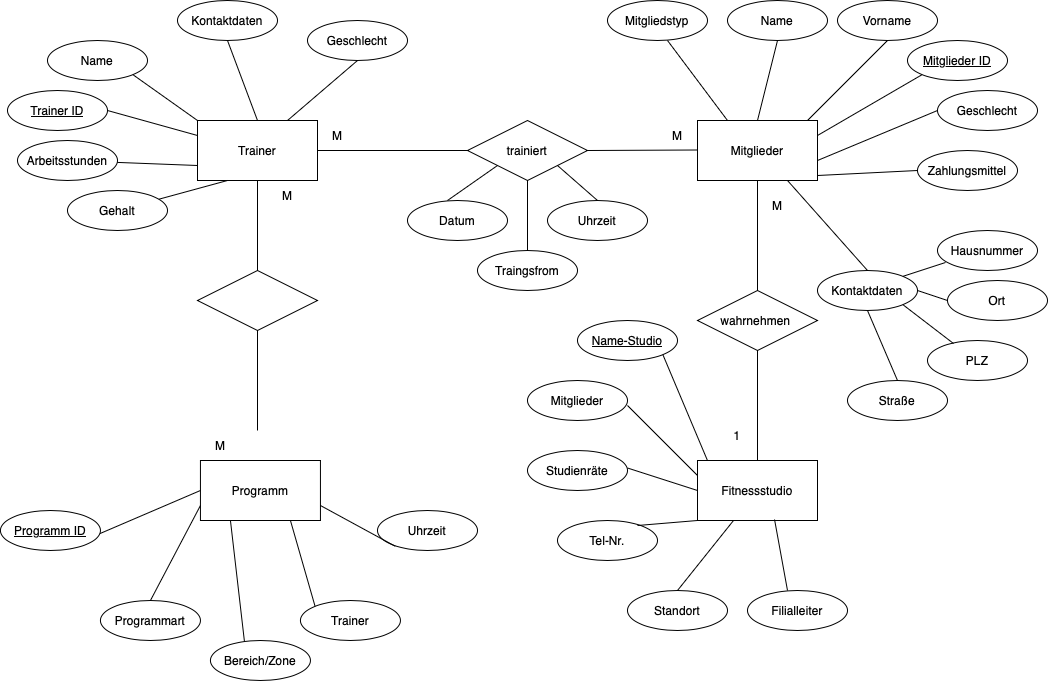
Before: ERD_ErsterEntwurf.drawio.png, a diagram exported from draw.io (Mohamad-1311/Gym-Datenbank). Source tidied: cells renumbered, new cells last; positions are measured from the earlier drawing's top-left corner, leaving out a move shared by most shapes.
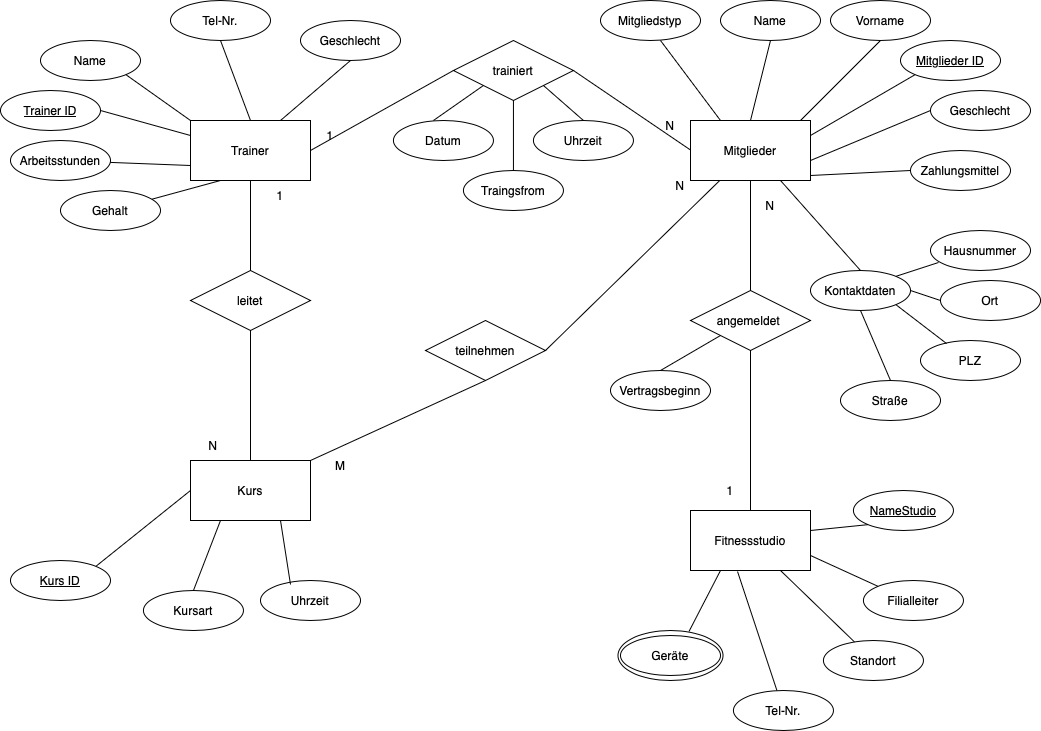
Above is the later version.

What changed in the source:
```diff
@@ -8,7 +8,7 @@
     <mxCell id="3" value="Mitglieder" style="rounded=0;whiteSpace=wrap;html=1;" parent="1" vertex="1">
       <mxGeometry x="697" y="120" width="120" height="60" as="geometry" />
     </mxCell>
-    <mxCell id="4" style="shape=rhombus;perimeter=rhombusPerimeter;whiteSpace=wrap;html=1;align=center;" parent="1" vertex="1">
+    <mxCell id="4" value="leitet" style="shape=rhombus;perimeter=rhombusPerimeter;whiteSpace=wrap;html=1;align=center;" parent="1" vertex="1">
       <mxGeometry x="197" y="270" width="120" height="60" as="geometry" />
     </mxCell>
     <mxCell id="5" style="endArrow=none;html=1;rounded=0;entryX=0.5;entryY=1;entryDx=0;entryDy=0;exitX=0.5;exitY=0;exitDx=0;exitDy=0;" parent="1" edge="1" source="4" target="2">
@@ -20,7 +20,7 @@
     <mxCell id="7" value="Mitglieder ID" style="ellipse;whiteSpace=wrap;html=1;align=center;fontStyle=4;" parent="1" vertex="1">
       <mxGeometry x="907" y="40" width="100" height="40" as="geometry" />
     </mxCell>
-    <mxCell id="8" value="Kontaktdaten" style="ellipse;whiteSpace=wrap;html=1;align=center;" parent="1" vertex="1">
+    <mxCell id="8" value="Tel-Nr." style="ellipse;whiteSpace=wrap;html=1;align=center;" parent="1" vertex="1">
       <mxGeometry x="177" width="100" height="40" as="geometry" />
     </mxCell>
     <mxCell id="9" value="Name" style="ellipse;whiteSpace=wrap;html=1;align=center;" parent="1" vertex="1">
@@ -33,7 +33,7 @@
       <mxGeometry x="17" y="140" width="100" height="40" as="geometry" />
     </mxCell>
     <mxCell id="12" value="trainiert" style="shape=rhombus;perimeter=rhombusPerimeter;whiteSpace=wrap;html=1;align=center;" parent="1" vertex="1">
-      <mxGeometry x="467" y="120" width="120" height="60" as="geometry" />
+      <mxGeometry x="459.9" y="40" width="120" height="60" as="geometry" />
     </mxCell>
     <mxCell id="13" style="endArrow=none;html=1;rounded=0;entryX=0;entryY=0.5;entryDx=0;entryDy=0;" parent="1" edge="1" target="12">
       <mxGeometry relative="1" as="geometry">
@@ -46,13 +46,13 @@
       </mxGeometry>
     </mxCell>
     <mxCell id="15" value="Datum" style="ellipse;whiteSpace=wrap;html=1;align=center;" parent="1" vertex="1">
-      <mxGeometry x="407" y="200" width="100" height="40" as="geometry" />
+      <mxGeometry x="399.9" y="120" width="100" height="40" as="geometry" />
     </mxCell>
     <mxCell id="16" value="Uhrzeit" style="ellipse;whiteSpace=wrap;html=1;align=center;" parent="1" vertex="1">
-      <mxGeometry x="547" y="200" width="100" height="40" as="geometry" />
+      <mxGeometry x="539.9" y="120" width="100" height="40" as="geometry" />
     </mxCell>
     <mxCell id="17" value="Traingsfrom" style="ellipse;whiteSpace=wrap;html=1;align=center;" parent="1" vertex="1">
-      <mxGeometry x="477" y="250" width="100" height="40" as="geometry" />
+      <mxGeometry x="469.9" y="170" width="100" height="40" as="geometry" />
     </mxCell>
     <mxCell id="18" value="Kontaktdaten" style="ellipse;whiteSpace=wrap;html=1;align=center;" parent="1" vertex="1">
       <mxGeometry x="817" y="270" width="100" height="40" as="geometry" />
@@ -87,16 +87,14 @@
     <mxCell id="28" value="Straße" style="ellipse;whiteSpace=wrap;html=1;align=center;" parent="1" vertex="1">
       <mxGeometry x="847" y="380" width="100" height="40" as="geometry" />
     </mxCell>
-    <mxCell id="29" value="wahrnehmen&amp;nbsp;" style="shape=rhombus;perimeter=rhombusPerimeter;whiteSpace=wrap;html=1;align=center;" parent="1" vertex="1">
+    <mxCell id="29" value="angemeldet&amp;nbsp;" style="shape=rhombus;perimeter=rhombusPerimeter;whiteSpace=wrap;html=1;align=center;" parent="1" vertex="1">
       <mxGeometry x="697" y="290" width="120" height="60" as="geometry" />
     </mxCell>
     <mxCell id="30" style="endArrow=none;html=1;rounded=0;entryX=0.5;entryY=1;entryDx=0;entryDy=0;exitX=0.5;exitY=0;exitDx=0;exitDy=0;" parent="1" edge="1" source="29" target="3">
       <mxGeometry relative="1" as="geometry" />
     </mxCell>
-    <mxCell id="31" style="endArrow=none;html=1;rounded=0;entryX=0.5;entryY=1;entryDx=0;entryDy=0;exitX=0.5;exitY=0;exitDx=0;exitDy=0;" parent="1" edge="1" target="29">
-      <mxGeometry relative="1" as="geometry">
-        <mxPoint x="757" y="460" as="sourcePoint" />
-      </mxGeometry>
+    <mxCell id="31" style="endArrow=none;html=1;rounded=0;entryX=0.5;entryY=1;entryDx=0;entryDy=0;exitX=0.5;exitY=0;exitDx=0;exitDy=0;" parent="1" edge="1" source="68" target="29">
+      <mxGeometry relative="1" as="geometry" />
     </mxCell>
     <mxCell id="32" style="endArrow=none;html=1;rounded=0;entryX=0;entryY=0.75;entryDx=0;entryDy=0;" parent="1" edge="1" source="11" target="2">
       <mxGeometry relative="1" as="geometry" />
@@ -115,7 +113,7 @@
     </mxCell>
     <mxCell id="37" style="endArrow=none;html=1;rounded=0;entryX=0;entryY=1;entryDx=0;entryDy=0;" parent="1" edge="1" target="12">
       <mxGeometry relative="1" as="geometry">
-        <mxPoint x="447" y="200" as="sourcePoint" />
+        <mxPoint x="439.9" y="120" as="sourcePoint" />
       </mxGeometry>
     </mxCell>
     <mxCell id="38" style="endArrow=none;html=1;rounded=0;entryX=0.5;entryY=1;entryDx=0;entryDy=0;exitX=0.5;exitY=0;exitDx=0;exitDy=0;" parent="1" edge="1" source="17" target="12">
@@ -123,7 +121,7 @@
     </mxCell>
     <mxCell id="39" style="endArrow=none;html=1;rounded=0;entryX=0.5;entryY=1;entryDx=0;entryDy=0;exitX=0.5;exitY=0;exitDx=0;exitDy=0;" parent="1" edge="1" source="16">
       <mxGeometry relative="1" as="geometry">
-        <mxPoint x="557" y="165" as="targetPoint" />
+        <mxPoint x="549.9" y="85" as="targetPoint" />
       </mxGeometry>
     </mxCell>
     <mxCell id="40" style="endArrow=none;html=1;rounded=0;entryX=0.5;entryY=1;entryDx=0;entryDy=0;exitX=0.25;exitY=0;exitDx=0;exitDy=0;" parent="1" edge="1" source="3">
@@ -170,116 +168,106 @@
     <mxCell id="51" style="endArrow=none;html=1;rounded=0;entryX=0.25;entryY=1;entryDx=0;entryDy=0;" parent="1" edge="1" source="50" target="2">
       <mxGeometry relative="1" as="geometry" />
     </mxCell>
-    <mxCell id="52" value="M" style="text;html=1;strokeColor=none;fillColor=none;align=center;verticalAlign=middle;whiteSpace=wrap;rounded=0;" parent="1" vertex="1">
+    <mxCell id="52" value="1" style="text;html=1;strokeColor=none;fillColor=none;align=center;verticalAlign=middle;whiteSpace=wrap;rounded=0;" parent="1" vertex="1">
       <mxGeometry x="307" y="120" width="60" height="30" as="geometry" />
     </mxCell>
-    <mxCell id="53" value="M" style="text;html=1;strokeColor=none;fillColor=none;align=center;verticalAlign=middle;whiteSpace=wrap;rounded=0;" parent="1" vertex="1">
+    <mxCell id="53" value="N" style="text;html=1;strokeColor=none;fillColor=none;align=center;verticalAlign=middle;whiteSpace=wrap;rounded=0;" parent="1" vertex="1">
       <mxGeometry x="747" y="190" width="60" height="30" as="geometry" />
     </mxCell>
-    <mxCell id="54" value="M" style="text;html=1;strokeColor=none;fillColor=none;align=center;verticalAlign=middle;whiteSpace=wrap;rounded=0;" parent="1" vertex="1">
-      <mxGeometry x="647" y="120" width="60" height="30" as="geometry" />
+    <mxCell id="54" value="N" style="text;html=1;strokeColor=none;fillColor=none;align=center;verticalAlign=middle;whiteSpace=wrap;rounded=0;" parent="1" vertex="1">
+      <mxGeometry x="647" y="110" width="60" height="30" as="geometry" />
     </mxCell>
-    <mxCell id="55" value="M" style="text;html=1;strokeColor=none;fillColor=none;align=center;verticalAlign=middle;whiteSpace=wrap;rounded=0;" parent="1" vertex="1">
+    <mxCell id="55" value="1" style="text;html=1;strokeColor=none;fillColor=none;align=center;verticalAlign=middle;whiteSpace=wrap;rounded=0;" parent="1" vertex="1">
       <mxGeometry x="257" y="180" width="60" height="30" as="geometry" />
     </mxCell>
-    <mxCell id="56" value="Programm" style="rounded=0;whiteSpace=wrap;html=1;" parent="1" vertex="1">
-      <mxGeometry x="199.9" y="460" width="120" height="60" as="geometry" />
+    <mxCell id="56" value="Kurs" style="rounded=0;whiteSpace=wrap;html=1;" parent="1" vertex="1">
+      <mxGeometry x="197" y="460" width="120" height="60" as="geometry" />
     </mxCell>
-    <mxCell id="57" value="Trainer" style="ellipse;whiteSpace=wrap;html=1;align=center;" parent="1" vertex="1">
-      <mxGeometry x="299.9" y="600" width="100" height="40" as="geometry" />
-    </mxCell>
-    <mxCell id="58" value="Bereich/Zone" style="ellipse;whiteSpace=wrap;html=1;align=center;" parent="1" vertex="1">
-      <mxGeometry x="209.9" y="640" width="100" height="40" as="geometry" />
-    </mxCell>
-    <mxCell id="59" value="Programmart" style="ellipse;whiteSpace=wrap;html=1;align=center;" parent="1" vertex="1">
-      <mxGeometry x="99.9" y="600" width="100" height="40" as="geometry" />
+    <mxCell id="59" value="Kursart" style="ellipse;whiteSpace=wrap;html=1;align=center;" parent="1" vertex="1">
+      <mxGeometry x="149.9" y="590" width="100" height="40" as="geometry" />
     </mxCell>
     <mxCell id="60" value="Uhrzeit" style="ellipse;whiteSpace=wrap;html=1;align=center;" parent="1" vertex="1">
-      <mxGeometry x="377" y="510" width="100" height="40" as="geometry" />
+      <mxGeometry x="267" y="580" width="100" height="40" as="geometry" />
     </mxCell>
-    <mxCell id="61" style="endArrow=none;html=1;rounded=0;entryX=0;entryY=0.75;entryDx=0;entryDy=0;" parent="1" edge="1" target="56">
-      <mxGeometry relative="1" as="geometry">
-        <mxPoint x="149.9" y="600" as="sourcePoint" />
-      </mxGeometry>
+    <mxCell id="61" style="endArrow=none;html=1;rounded=0;entryX=0.25;entryY=1;entryDx=0;entryDy=0;exitX=0.5;exitY=0;exitDx=0;exitDy=0;" parent="1" edge="1" source="59" target="56">
+      <mxGeometry relative="1" as="geometry" />
     </mxCell>
-    <mxCell id="62" style="endArrow=none;html=1;rounded=0;entryX=0.25;entryY=1;entryDx=0;entryDy=0;exitX=0.34;exitY=0.025;exitDx=0;exitDy=0;exitPerimeter=0;" parent="1" edge="1" source="58" target="56">
-      <mxGeometry relative="1" as="geometry" />
-    </mxCell>
-    <mxCell id="63" style="endArrow=none;html=1;rounded=0;entryX=0.75;entryY=1;entryDx=0;entryDy=0;exitX=0;exitY=0;exitDx=0;exitDy=0;" parent="1" edge="1" source="57" target="56">
-      <mxGeometry relative="1" as="geometry" />
-    </mxCell>
-    <mxCell id="64" style="endArrow=none;html=1;rounded=0;exitX=0;exitY=0;exitDx=0;exitDy=0;entryX=1;entryY=0.75;entryDx=0;entryDy=0;" parent="1" edge="1" target="56">
-      <mxGeometry relative="1" as="geometry">
-        <mxPoint x="394.8" y="545.8" as="sourcePoint" />
-      </mxGeometry>
+    <mxCell id="64" style="endArrow=none;html=1;rounded=0;exitX=0.3;exitY=0.1;exitDx=0;exitDy=0;entryX=0.75;entryY=1;entryDx=0;entryDy=0;exitPerimeter=0;" parent="1" edge="1" source="60" target="56">
+      <mxGeometry relative="1" as="geometry" />
     </mxCell>
-    <mxCell id="65" style="endArrow=none;html=1;rounded=0;entryX=0;entryY=0.5;entryDx=0;entryDy=0;" parent="1" edge="1" target="56">
-      <mxGeometry relative="1" as="geometry">
-        <mxPoint x="94.1" y="535.4" as="sourcePoint" />
-      </mxGeometry>
+    <mxCell id="65" style="endArrow=none;html=1;rounded=0;entryX=0;entryY=0.5;entryDx=0;entryDy=0;exitX=1;exitY=0;exitDx=0;exitDy=0;" parent="1" edge="1" source="66" target="56">
+      <mxGeometry relative="1" as="geometry" />
     </mxCell>
-    <mxCell id="66" value="Programm ID" style="ellipse;whiteSpace=wrap;html=1;align=center;fontStyle=4;" parent="1" vertex="1">
-      <mxGeometry x="-0.1" y="510" width="100" height="40" as="geometry" />
+    <mxCell id="66" value="Kurs ID" style="ellipse;whiteSpace=wrap;html=1;align=center;fontStyle=4;" parent="1" vertex="1">
+      <mxGeometry x="17" y="560" width="100" height="40" as="geometry" />
     </mxCell>
-    <mxCell id="67" value="M" style="text;html=1;strokeColor=none;fillColor=none;align=center;verticalAlign=middle;whiteSpace=wrap;rounded=0;" parent="1" vertex="1">
+    <mxCell id="67" value="N" style="text;html=1;strokeColor=none;fillColor=none;align=center;verticalAlign=middle;whiteSpace=wrap;rounded=0;" parent="1" vertex="1">
       <mxGeometry x="189.9" y="430" width="60" height="30" as="geometry" />
     </mxCell>
     <mxCell id="68" value="Fitnessstudio" style="rounded=0;whiteSpace=wrap;html=1;" parent="1" vertex="1">
-      <mxGeometry x="697" y="460" width="120" height="60" as="geometry" />
+      <mxGeometry x="697" y="510" width="120" height="60" as="geometry" />
     </mxCell>
     <mxCell id="69" value="Standort" style="ellipse;whiteSpace=wrap;html=1;align=center;" parent="1" vertex="1">
-      <mxGeometry x="627" y="590" width="100" height="40" as="geometry" />
+      <mxGeometry x="829.9" y="640" width="100" height="40" as="geometry" />
     </mxCell>
-    <mxCell id="70" value="Studienräte" style="ellipse;whiteSpace=wrap;html=1;align=center;" parent="1" vertex="1">
-      <mxGeometry x="527" y="450" width="100" height="40" as="geometry" />
+    <mxCell id="70" value="Geräte" style="ellipse;whiteSpace=wrap;html=1;align=center;" parent="1" vertex="1">
+      <mxGeometry x="624.5" y="630" width="105" height="50" as="geometry" />
     </mxCell>
     <mxCell id="71" value="Filialleiter" style="ellipse;whiteSpace=wrap;html=1;align=center;" parent="1" vertex="1">
-      <mxGeometry x="747" y="590" width="100" height="40" as="geometry" />
+      <mxGeometry x="869.9" y="580" width="100" height="40" as="geometry" />
     </mxCell>
     <mxCell id="72" value="Tel-Nr." style="ellipse;whiteSpace=wrap;html=1;align=center;" parent="1" vertex="1">
-      <mxGeometry x="557" y="520" width="100" height="40" as="geometry" />
+      <mxGeometry x="739.9" y="690" width="100" height="40" as="geometry" />
     </mxCell>
-    <mxCell id="73" value="Mitglieder" style="ellipse;whiteSpace=wrap;html=1;align=center;" parent="1" vertex="1">
-      <mxGeometry x="527" y="380" width="100" height="40" as="geometry" />
-    </mxCell>
-    <mxCell id="74" value="Name-Studio" style="ellipse;whiteSpace=wrap;html=1;align=center;fontStyle=4;" parent="1" vertex="1">
-      <mxGeometry x="577" y="320" width="100" height="40" as="geometry" />
+    <mxCell id="74" value="NameStudio" style="ellipse;whiteSpace=wrap;html=1;align=center;fontStyle=4;" parent="1" vertex="1">
+      <mxGeometry x="859.9" y="490" width="100" height="40" as="geometry" />
     </mxCell>
-    <mxCell id="75" style="endArrow=none;html=1;rounded=0;" parent="1" edge="1" target="68">
-      <mxGeometry relative="1" as="geometry">
-        <mxPoint x="677" y="590" as="sourcePoint" />
-      </mxGeometry>
+    <mxCell id="75" style="endArrow=none;html=1;rounded=0;entryX=0.392;entryY=1.017;entryDx=0;entryDy=0;entryPerimeter=0;" parent="1" edge="1" source="72" target="68">
+      <mxGeometry relative="1" as="geometry" />
     </mxCell>
-    <mxCell id="76" style="endArrow=none;html=1;rounded=0;entryX=0;entryY=1;entryDx=0;entryDy=0;" parent="1" edge="1" target="68">
-      <mxGeometry relative="1" as="geometry">
-        <mxPoint x="637" y="525" as="sourcePoint" />
-      </mxGeometry>
+    <mxCell id="76" style="endArrow=none;html=1;rounded=0;entryX=0.75;entryY=1;entryDx=0;entryDy=0;" parent="1" edge="1" source="69" target="68">
+      <mxGeometry relative="1" as="geometry" />
     </mxCell>
-    <mxCell id="77" style="endArrow=none;html=1;rounded=0;entryX=0.642;entryY=0.983;entryDx=0;entryDy=0;entryPerimeter=0;" parent="1" edge="1" target="68">
-      <mxGeometry relative="1" as="geometry">
-        <mxPoint x="787" y="590" as="sourcePoint" />
-      </mxGeometry>
+    <mxCell id="77" style="endArrow=none;html=1;rounded=0;entryX=1;entryY=0.75;entryDx=0;entryDy=0;exitX=0;exitY=0;exitDx=0;exitDy=0;" parent="1" edge="1" source="71" target="68">
+      <mxGeometry relative="1" as="geometry" />
     </mxCell>
-    <mxCell id="78" style="endArrow=none;html=1;rounded=0;entryX=0;entryY=0.5;entryDx=0;entryDy=0;" parent="1" edge="1" target="68">
-      <mxGeometry relative="1" as="geometry">
-        <mxPoint x="627" y="467.5" as="sourcePoint" />
-      </mxGeometry>
-    </mxCell>
-    <mxCell id="79" style="endArrow=none;html=1;rounded=0;entryX=0;entryY=0.25;entryDx=0;entryDy=0;" parent="1" edge="1" target="68">
-      <mxGeometry relative="1" as="geometry">
-        <mxPoint x="627" y="405" as="sourcePoint" />
-      </mxGeometry>
-    </mxCell>
-    <mxCell id="80" style="endArrow=none;html=1;rounded=0;entryX=0.083;entryY=0;entryDx=0;entryDy=0;entryPerimeter=0;exitX=1;exitY=1;exitDx=0;exitDy=0;" parent="1" edge="1" source="74" target="68">
-      <mxGeometry relative="1" as="geometry" />
-    </mxCell>
     <mxCell id="81" value="1" style="text;html=1;strokeColor=none;fillColor=none;align=center;verticalAlign=middle;whiteSpace=wrap;rounded=0;" parent="1" vertex="1">
-      <mxGeometry x="707" y="420" width="60" height="30" as="geometry" />
+      <mxGeometry x="707" y="475" width="60" height="30" as="geometry" />
     </mxCell>
-    <mxCell id="82" style="endArrow=none;html=1;rounded=0;entryX=0.5;entryY=1;entryDx=0;entryDy=0;" parent="1" edge="1" target="4">
-      <mxGeometry relative="1" as="geometry">
-        <mxPoint x="257" y="430" as="sourcePoint" />
-      </mxGeometry>
+    <mxCell id="82" style="endArrow=none;html=1;rounded=0;entryX=0.5;entryY=1;entryDx=0;entryDy=0;exitX=0.5;exitY=0;exitDx=0;exitDy=0;" parent="1" edge="1" source="56" target="4">
+      <mxGeometry relative="1" as="geometry" />
     </mxCell>
+    <mxCell id="83" value="Geräte" style="ellipse;whiteSpace=wrap;html=1;" parent="1" vertex="1">
+      <mxGeometry x="627" y="635" width="100" height="40" as="geometry" />
+    </mxCell>
+    <mxCell id="84" style="endArrow=none;html=1;rounded=0;entryX=0.25;entryY=1;entryDx=0;entryDy=0;exitX=0.676;exitY=0.02;exitDx=0;exitDy=0;exitPerimeter=0;" parent="1" edge="1" source="70" target="68">
+      <mxGeometry relative="1" as="geometry" />
+    </mxCell>
+    <mxCell id="85" value="teilnehmen" style="shape=rhombus;perimeter=rhombusPerimeter;whiteSpace=wrap;html=1;align=center;" parent="1" vertex="1">
+      <mxGeometry x="432" y="320" width="120" height="60" as="geometry" />
+    </mxCell>
+    <mxCell id="86" style="endArrow=none;html=1;rounded=0;entryX=0.5;entryY=1;entryDx=0;entryDy=0;exitX=1;exitY=0;exitDx=0;exitDy=0;" parent="1" edge="1" source="56" target="85">
+      <mxGeometry relative="1" as="geometry" />
+    </mxCell>
+    <mxCell id="87" style="endArrow=none;html=1;rounded=0;exitX=1;exitY=0.5;exitDx=0;exitDy=0;" parent="1" edge="1" source="85" target="3">
+      <mxGeometry relative="1" as="geometry" />
+    </mxCell>
+    <mxCell id="88" value="M" style="text;html=1;strokeColor=none;fillColor=none;align=center;verticalAlign=middle;whiteSpace=wrap;rounded=0;" parent="1" vertex="1">
+      <mxGeometry x="317" y="450" width="60" height="30" as="geometry" />
+    </mxCell>
+    <mxCell id="89" value="N" style="text;html=1;strokeColor=none;fillColor=none;align=center;verticalAlign=middle;whiteSpace=wrap;rounded=0;" parent="1" vertex="1">
+      <mxGeometry x="657" y="170" width="60" height="30" as="geometry" />
+    </mxCell>
+    <mxCell id="90" style="endArrow=none;html=1;rounded=0;entryX=1;entryY=0.75;entryDx=0;entryDy=0;exitX=0;exitY=1;exitDx=0;exitDy=0;" parent="1" edge="1" source="74">
+      <mxGeometry relative="1" as="geometry">
+        <mxPoint x="817" y="530" as="targetPoint" />
+      </mxGeometry>
+    </mxCell>
+    <mxCell id="91" value="Vertragsbeginn" style="ellipse;whiteSpace=wrap;html=1;align=center;" parent="1" vertex="1">
+      <mxGeometry x="617" y="370" width="100" height="40" as="geometry" />
+    </mxCell>
+    <mxCell id="92" style="endArrow=none;html=1;rounded=0;entryX=0.5;entryY=0;entryDx=0;entryDy=0;exitX=0;exitY=1;exitDx=0;exitDy=0;" parent="1" edge="1" source="29" target="91">
+      <mxGeometry relative="1" as="geometry" />
+    </mxCell>
   </root>
 </mxGraphModel>
```
